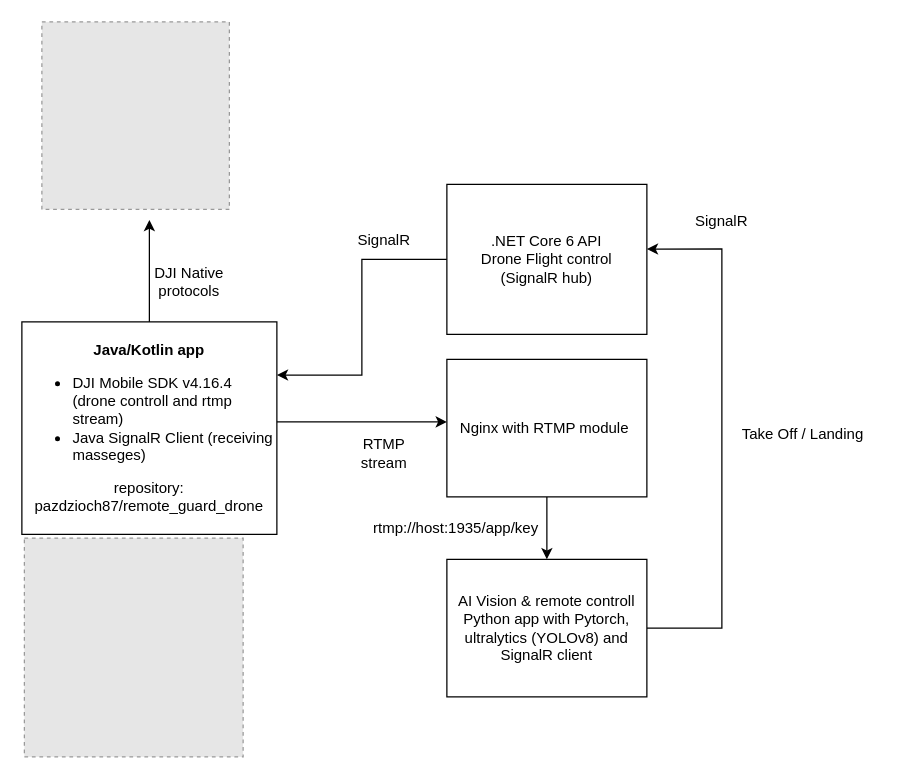
This is page "Drone version (complex)" (1 of 2) of diagram.drawio from pazdzioch87/Drone-AI-Vision-Control, a draw.io file, before an edit. Source tidied: cells renumbered, new cells numbered last; positions are measured from the earlier drawing's top-left corner, leaving out a move shared by most shapes. Both pictures are drawn from the tidied source at 125%, with x=0, y=0 at pixel (21, 21). Pictures stored in the file or linked from it are replaced by grey dashed boxes.
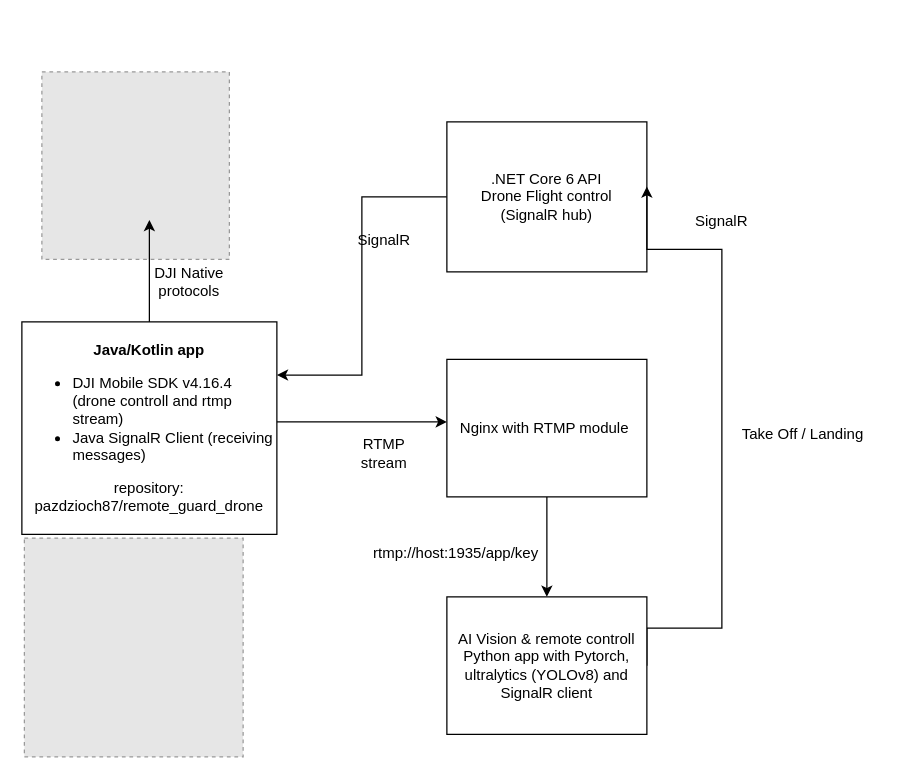
The same page after the edit.

What changed in the source:
```diff
@@
+    <mxCell id="17" style="fillColor=#E6E6E6;strokeColor=#999999;dashed=1;verticalLabelPosition=bottom;labelBackgroundColor=default;verticalAlign=top;" parent="1" vertex="1">
+      <mxGeometry x="16" y="40" width="150" height="150" as="geometry" />
+    </mxCell>
@@
     <mxCell id="3" value=".NET Core 6 API&lt;br&gt;Drone Flight control&lt;br&gt;(SignalR hub)" style="rounded=0;whiteSpace=wrap;html=1;" parent="1" vertex="1">
-      <mxGeometry x="340" y="130" width="160" height="120" as="geometry" />
+      <mxGeometry x="340" y="80" width="160" height="120" as="geometry" />
     </mxCell>
@@
     <mxCell id="13" value="AI Vision &amp;amp; remote controll&lt;br&gt;Python app with Pytorch, ultralytics (YOLOv8) and SignalR client" style="rounded=0;whiteSpace=wrap;html=1;" parent="1" vertex="1">
-      <mxGeometry x="340" y="430" width="160" height="110" as="geometry" />
+      <mxGeometry x="340" y="460" width="160" height="110" as="geometry" />
     </mxCell>
     <mxCell id="14" value="rtmp://host:1935/app/key" style="text;html=1;strokeColor=none;fillColor=none;align=center;verticalAlign=middle;whiteSpace=wrap;rounded=0;" parent="1" vertex="1">
-      <mxGeometry x="280" y="390" width="135" height="30" as="geometry" />
+      <mxGeometry x="280" y="410" width="135" height="30" as="geometry" />
     </mxCell>
@@
-    <mxCell id="16" value="&lt;b&gt;Java/Kotlin app&lt;/b&gt;&lt;br&gt;&lt;ul style=&quot;&quot;&gt;&lt;li style=&quot;text-align: left;&quot;&gt;DJI Mobile SDK v4.16.4 (drone controll and rtmp stream)&lt;br&gt;&lt;/li&gt;&lt;li style=&quot;text-align: left;&quot;&gt;Java SignalR Client (receiving masseges)&lt;/li&gt;&lt;/ul&gt;&lt;div style=&quot;&quot;&gt;&lt;span style=&quot;&quot;&gt;&lt;/span&gt;repository:&lt;/div&gt;&lt;div style=&quot;&quot;&gt;&lt;span style=&quot;background-color: initial;&quot;&gt;pazdzioch87/remote_guard_drone&lt;/span&gt;&lt;/div&gt;" style="rounded=0;whiteSpace=wrap;html=1;" parent="1" vertex="1">
+    <mxCell id="16" value="&lt;b&gt;Java/Kotlin app&lt;/b&gt;&lt;br&gt;&lt;ul style=&quot;&quot;&gt;&lt;li style=&quot;text-align: left;&quot;&gt;DJI Mobile SDK v4.16.4 (drone controll and rtmp stream)&lt;br&gt;&lt;/li&gt;&lt;li style=&quot;text-align: left;&quot;&gt;Java SignalR Client (receiving messages)&lt;/li&gt;&lt;/ul&gt;&lt;div style=&quot;&quot;&gt;&lt;span style=&quot;&quot;&gt;&lt;/span&gt;repository:&lt;/div&gt;&lt;div style=&quot;&quot;&gt;&lt;span style=&quot;background-color: initial;&quot;&gt;pazdzioch87/remote_guard_drone&lt;/span&gt;&lt;/div&gt;" style="rounded=0;whiteSpace=wrap;html=1;" parent="1" vertex="1">
       <mxGeometry y="240" width="204" height="170" as="geometry" />
     </mxCell>
-    <mxCell id="17" style="fillColor=#E6E6E6;strokeColor=#999999;dashed=1;verticalLabelPosition=bottom;labelBackgroundColor=default;verticalAlign=top;" parent="1" vertex="1">
-      <mxGeometry x="16" width="150" height="150" as="geometry" />
-    </mxCell>
```
